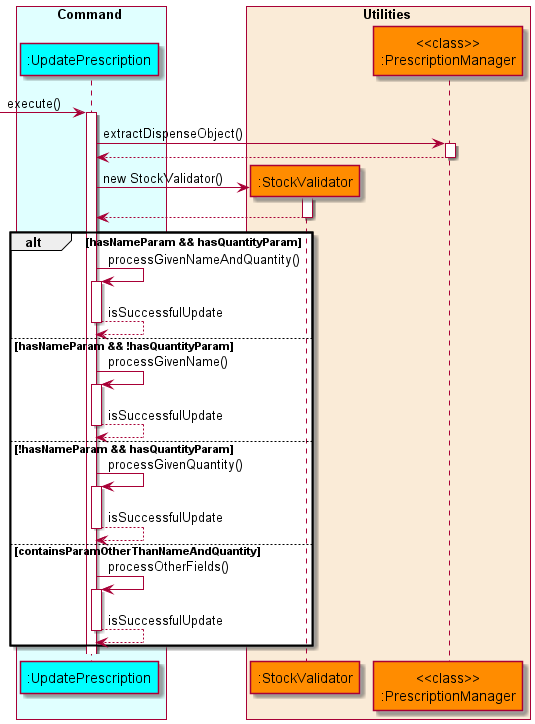
Above: docs/diagrams/diagram_images/UpdatePrescriptionSequenceDiagram.png in nus-cs2113-AY2122S1/tp (PlantUML), before the change.
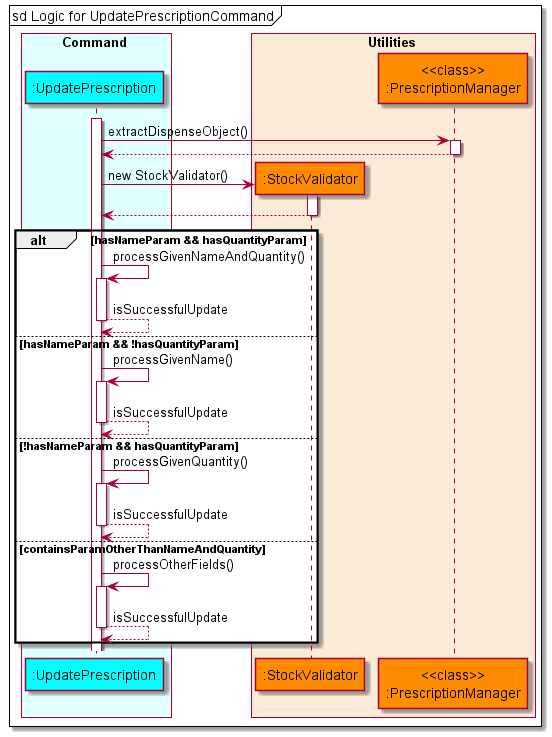
After the change.

Commit message:
Modify sequence diagram for all update commands

The edit, as a diff of the source:
```diff
@@ -12,8 +12,8 @@
 end box
 
 autoactivate on
-
--> updateprescription: execute()
+mainFrame sd Logic for UpdatePrescriptionCommand
+activate updateprescription
     updateprescription -> prescriptionmanager: extractDispenseObject()
     updateprescription <-- prescriptionmanager
     create stockvalidator
```
